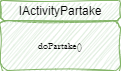
youjizi/images keeps this draw.io diagram as Lottery/活动领取1.0.drawio.png. Above is the earlier version. Source tidied: cells renumbered, new cells last; positions are measured from the earlier drawing's top-left corner, leaving out a move shared by most shapes.
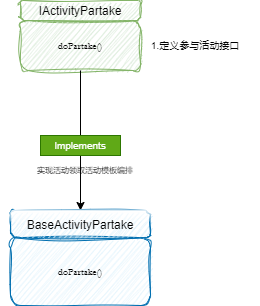
After the commit.

Commit message:
更新活动领取1.0.drawio.png

Change to the diagram source:
```diff
@@ -2,11 +2,35 @@
   <root>
     <mxCell id="0" />
     <mxCell id="1" parent="0" />
+    <mxCell id="4" style="group;" parent="1" vertex="1">
+      <mxGeometry width="120" height="70" as="geometry" />
+    </mxCell>
-    <mxCell id="2" value="doPartake()" style="rounded=1;fillColor=#d5e8d4;strokeColor=#82b366;sketch=1;curveFitting=1;jiggle=2;fontSize=10;fontFamily=Garamond;" parent="1" vertex="1">
+    <mxCell id="2" value="doPartake()" style="rounded=1;fillColor=#d5e8d4;strokeColor=#82b366;sketch=1;curveFitting=1;jiggle=2;fontSize=10;fontFamily=Garamond;" parent="4" vertex="1">
       <mxGeometry y="20" width="120" height="50" as="geometry" />
     </mxCell>
-    <mxCell id="3" value="IActivityPartake" style="rounded=1;fillColor=#d5e8d4;strokeColor=#82b366;sketch=1;curveFitting=1;jiggle=2;" parent="1" vertex="1">
+    <mxCell id="3" value="IActivityPartake" style="rounded=1;fillColor=#d5e8d4;strokeColor=#82b366;sketch=1;curveFitting=1;jiggle=2;" parent="4" vertex="1">
       <mxGeometry width="120" height="20" as="geometry" />
     </mxCell>
+    <mxCell id="5" value="1.定义参与活动接口" style="text;align=center;verticalAlign=middle;strokeColor=none;fillColor=none;fontSize=10;" parent="1" vertex="1">
+      <mxGeometry x="110" y="30" width="130" height="30" as="geometry" />
+    </mxCell>
+    <mxCell id="6" style="edgeStyle=orthogonalEdgeStyle;rounded=0;jettySize=auto;html=1;entryX=0.5;entryY=0;entryDx=0;entryDy=0;" parent="1" edge="1" source="2" target="9">
+      <mxGeometry relative="1" as="geometry" />
+    </mxCell>
+    <mxCell id="7" style="group;" parent="1" vertex="1">
+      <mxGeometry x="-10" y="210" width="140" height="95" as="geometry" />
+    </mxCell>
+    <mxCell id="8" value="doPartake()" style="rounded=1;fillColor=#e1f3fc;strokeColor=#006EAF;fontSize=10;fontFamily=Garamond;fontColor=default;sketch=1;curveFitting=1;jiggle=2;glass=0;" parent="7" vertex="1">
+      <mxGeometry y="27.1" width="140" height="67.9" as="geometry" />
+    </mxCell>
+    <mxCell id="9" value="BaseActivityPartake" style="rounded=1;fillColor=#d4edfa;strokeColor=#006EAF;sketch=1;curveFitting=1;jiggle=2;fontColor=default;gradientColor=none;glass=1;shadow=0;" parent="7" vertex="1">
+      <mxGeometry width="140" height="27.1" as="geometry" />
+    </mxCell>
+    <mxCell id="10" value="Implements" style="text;align=center;verticalAlign=middle;fillColor=#60a917;fontColor=#ffffff;strokeColor=#2D7600;fontSize=10;spacing=0;spacingTop=0;" parent="1" vertex="1">
+      <mxGeometry x="20" y="135" width="80" height="20" as="geometry" />
+    </mxCell>
+    <mxCell id="11" value="实现活动领取活动模板编排" style="text;align=center;verticalAlign=middle;strokeColor=none;fillColor=none;fontSize=8;" parent="1" vertex="1">
+      <mxGeometry x="-20" y="155" width="170" height="30" as="geometry" />
+    </mxCell>
   </root>
 </mxGraphModel>
```
